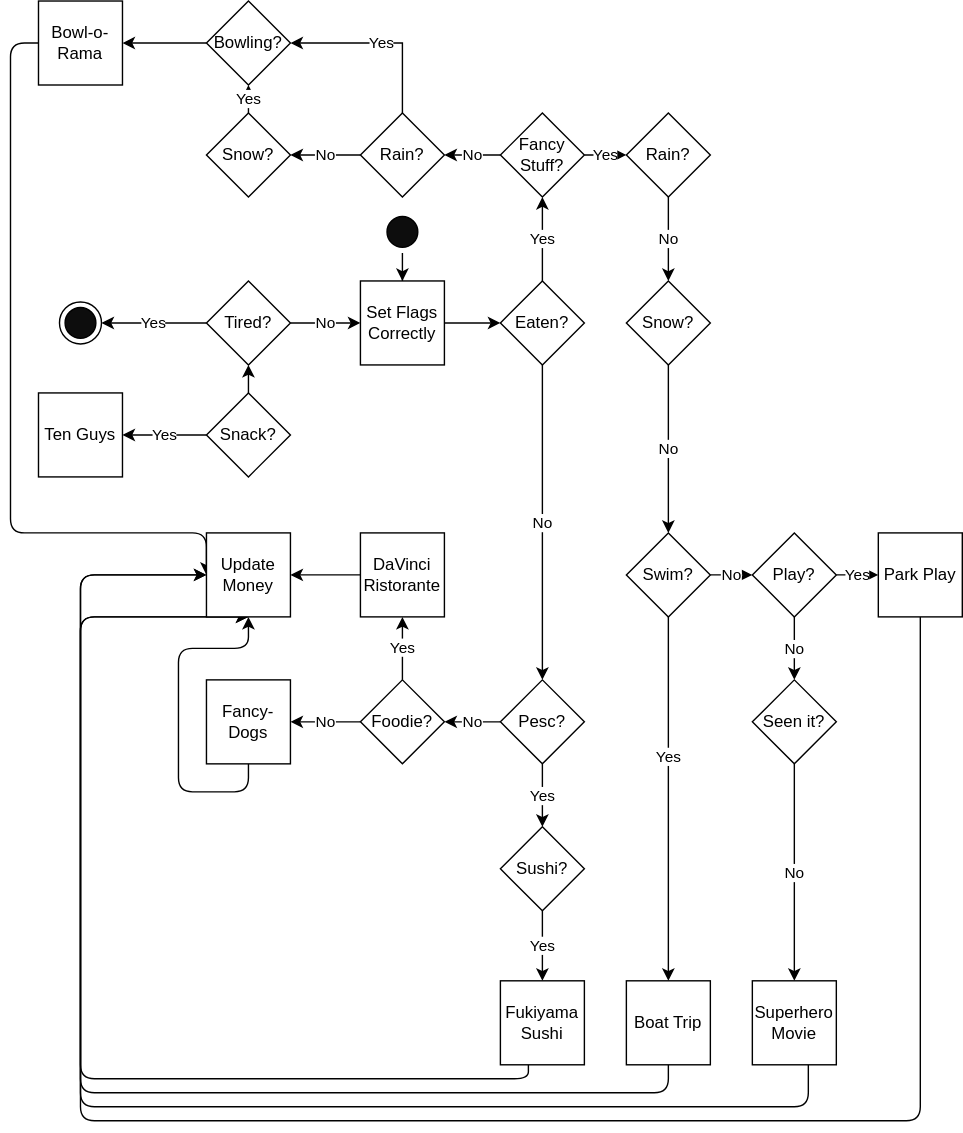
yewscion/yewscion keeps this draw.io diagram as date-night-dilemma.drawio.svg. Above is the earlier version. Source tidied: cells renumbered, new cells last; positions are measured from the earlier drawing's top-left corner, leaving out a move shared by most shapes.
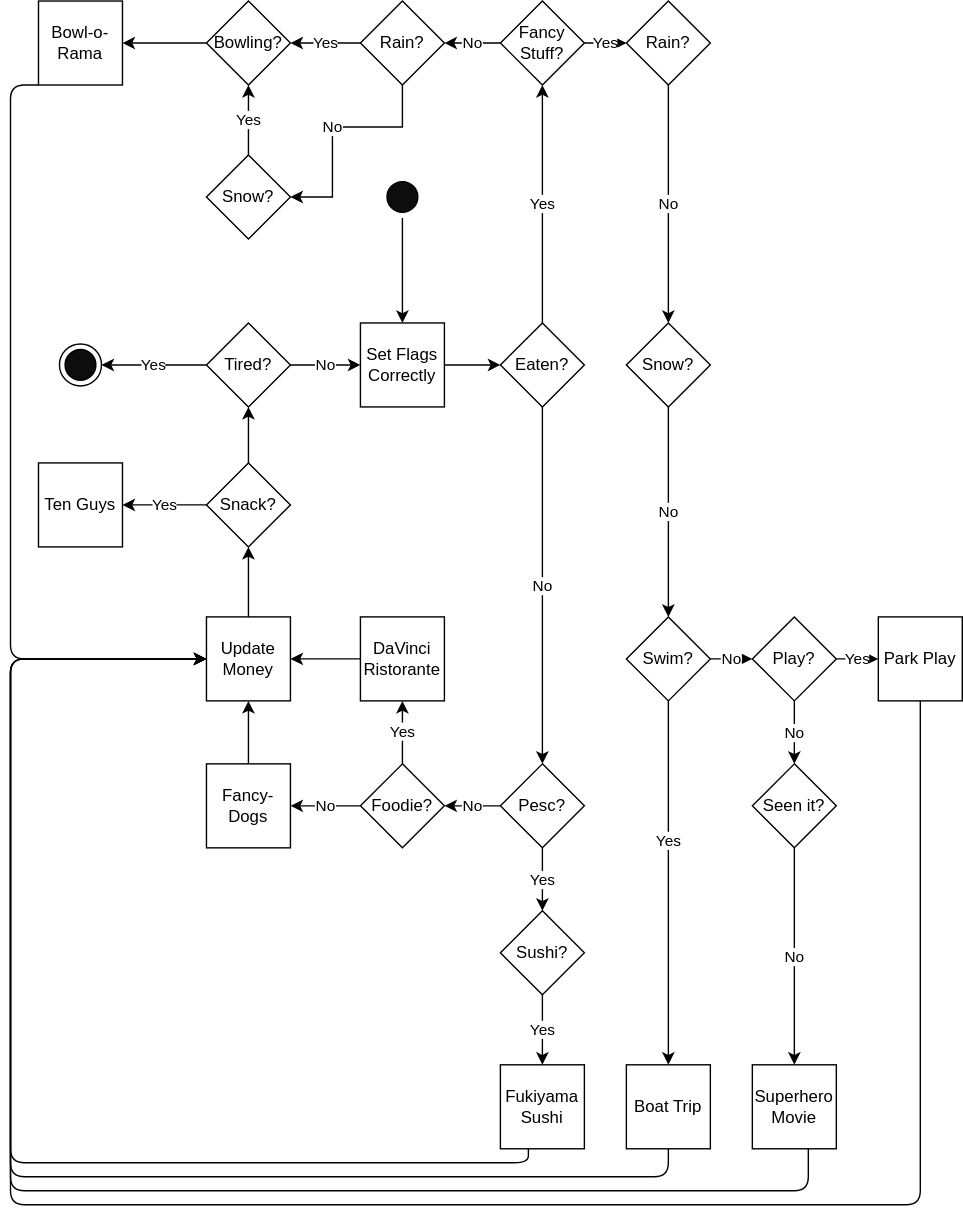
Above is the later version.

The edit, as a diff of the source:
```diff
@@ -6,77 +6,81 @@
       <mxGeometry relative="1" as="geometry" />
     </mxCell>
     <mxCell id="3" style="ellipse;html=1;shape=startState;fillColor=#0D0D0D;rounded=0;" parent="1" vertex="1">
-      <mxGeometry x="265" y="150" width="30" height="30" as="geometry" />
+      <mxGeometry x="425" y="345" width="30" height="30" as="geometry" />
     </mxCell>
     <mxCell id="4" style="edgeStyle=orthogonalEdgeStyle;sketch=0;jettySize=auto;html=1;" parent="1" edge="1" source="5" target="59">
       <mxGeometry relative="1" as="geometry" />
     </mxCell>
     <mxCell id="5" value="&lt;div&gt;DaVinci&lt;/div&gt;&lt;div&gt;Ristorante&lt;br&gt;&lt;/div&gt;" style="rounded=0;whiteSpace=wrap;html=1;" parent="1" vertex="1">
-      <mxGeometry x="250" y="380" width="60" height="60" as="geometry" />
+      <mxGeometry x="410" y="660" width="60" height="60" as="geometry" />
     </mxCell>
     <mxCell id="6" style="edgeStyle=orthogonalEdgeStyle;sketch=0;jettySize=auto;html=1;" parent="1" edge="1" source="7" target="59">
       <mxGeometry relative="1" as="geometry">
         <Array as="points">
-          <mxPoint x="570" y="790" />
-          <mxPoint x="50" y="790" />
+          <mxPoint x="730" y="1070" />
+          <mxPoint x="160" y="1070" />
+          <mxPoint x="160" y="690" />
         </Array>
       </mxGeometry>
     </mxCell>
     <mxCell id="7" value="&lt;div&gt;Superhero&lt;/div&gt;&lt;div&gt;Movie&lt;br&gt;&lt;/div&gt;" style="rounded=0;whiteSpace=wrap;html=1;" parent="1" vertex="1">
-      <mxGeometry x="530" y="700" width="60" height="60" as="geometry" />
+      <mxGeometry x="690" y="980" width="60" height="60" as="geometry" />
     </mxCell>
-    <mxCell id="8" style="edgeStyle=orthogonalEdgeStyle;sketch=0;jettySize=auto;html=1;entryX=0.5;entryY=1;entryDx=0;entryDy=0;exitX=0.5;exitY=1;exitDx=0;exitDy=0;" parent="1" edge="1" source="9" target="59">
+    <mxCell id="8" style="edgeStyle=orthogonalEdgeStyle;sketch=0;jettySize=auto;html=1;entryX=0;entryY=0.5;entryDx=0;entryDy=0;exitX=0.5;exitY=1;exitDx=0;exitDy=0;" parent="1" edge="1" source="9" target="59">
       <mxGeometry relative="1" as="geometry">
         <Array as="points">
-          <mxPoint x="650" y="800" />
-          <mxPoint x="50" y="800" />
+          <mxPoint x="810" y="1080" />
+          <mxPoint x="160" y="1080" />
+          <mxPoint x="160" y="690" />
         </Array>
       </mxGeometry>
     </mxCell>
     <mxCell id="9" value="Park Play" style="rounded=0;whiteSpace=wrap;html=1;" parent="1" vertex="1">
-      <mxGeometry x="620" y="380" width="60" height="60" as="geometry" />
+      <mxGeometry x="780" y="660" width="60" height="60" as="geometry" />
     </mxCell>
     <mxCell id="10" style="edgeStyle=orthogonalEdgeStyle;sketch=0;jettySize=auto;html=1;" parent="1" edge="1" source="11" target="59">
       <mxGeometry relative="1" as="geometry">
         <Array as="points">
-          <mxPoint x="370" y="770" />
-          <mxPoint x="50" y="770" />
+          <mxPoint x="530" y="1050" />
+          <mxPoint x="160" y="1050" />
+          <mxPoint x="160" y="690" />
         </Array>
       </mxGeometry>
     </mxCell>
     <mxCell id="11" value="Fukiyama Sushi" style="rounded=0;whiteSpace=wrap;html=1;" parent="1" vertex="1">
-      <mxGeometry x="350" y="700" width="60" height="60" as="geometry" />
+      <mxGeometry x="510" y="980" width="60" height="60" as="geometry" />
     </mxCell>
-    <mxCell id="12" style="edgeStyle=orthogonalEdgeStyle;sketch=0;jettySize=auto;html=1;exitX=0.5;exitY=1;exitDx=0;exitDy=0;entryX=0.5;entryY=1;entryDx=0;entryDy=0;" parent="1" edge="1" source="13" target="59">
+    <mxCell id="12" style="edgeStyle=orthogonalEdgeStyle;sketch=0;jettySize=auto;html=1;exitX=0.5;exitY=1;exitDx=0;exitDy=0;entryX=0;entryY=0.5;entryDx=0;entryDy=0;" parent="1" edge="1" source="13" target="59">
       <mxGeometry relative="1" as="geometry">
         <Array as="points">
-          <mxPoint x="470" y="780" />
-          <mxPoint x="50" y="780" />
+          <mxPoint x="630" y="1060" />
+          <mxPoint x="160" y="1060" />
+          <mxPoint x="160" y="690" />
         </Array>
       </mxGeometry>
     </mxCell>
     <mxCell id="13" value="Boat Trip" style="rounded=0;whiteSpace=wrap;html=1;" parent="1" vertex="1">
-      <mxGeometry x="440" y="700" width="60" height="60" as="geometry" />
+      <mxGeometry x="600" y="980" width="60" height="60" as="geometry" />
     </mxCell>
     <mxCell id="14" style="edgeStyle=orthogonalEdgeStyle;sketch=0;jettySize=auto;html=1;entryX=0;entryY=0.5;entryDx=0;entryDy=0;" parent="1" edge="1" source="15" target="59">
       <mxGeometry relative="1" as="geometry">
         <Array as="points">
-          <mxPoint y="30" />
-          <mxPoint y="380" />
+          <mxPoint x="160" y="280" />
+          <mxPoint x="160" y="690" />
         </Array>
       </mxGeometry>
     </mxCell>
     <mxCell id="15" value="Bowl-o-Rama" style="rounded=0;whiteSpace=wrap;html=1;" parent="1" vertex="1">
-      <mxGeometry x="20" width="60" height="60" as="geometry" />
+      <mxGeometry x="180" y="220" width="60" height="60" as="geometry" />
     </mxCell>
-    <mxCell id="16" style="edgeStyle=orthogonalEdgeStyle;sketch=0;jettySize=auto;html=1;exitX=0.5;exitY=1;exitDx=0;exitDy=0;" parent="1" edge="1" source="17" target="59">
+    <mxCell id="16" style="edgeStyle=orthogonalEdgeStyle;sketch=0;jettySize=auto;html=1;exitX=0.5;exitY=0;exitDx=0;exitDy=0;" parent="1" edge="1" source="17" target="59">
       <mxGeometry relative="1" as="geometry" />
     </mxCell>
     <mxCell id="17" value="Fancy-Dogs" style="rounded=0;whiteSpace=wrap;html=1;" parent="1" vertex="1">
-      <mxGeometry x="140" y="485" width="60" height="60" as="geometry" />
+      <mxGeometry x="300" y="765" width="60" height="60" as="geometry" />
     </mxCell>
     <mxCell id="18" value="Ten Guys" style="rounded=0;whiteSpace=wrap;html=1;" parent="1" vertex="1">
-      <mxGeometry x="20" y="280" width="60" height="60" as="geometry" />
+      <mxGeometry x="180" y="550" width="60" height="60" as="geometry" />
     </mxCell>
     <mxCell id="19" value="No" style="edgeStyle=orthogonalEdgeStyle;rounded=0;sketch=0;jettySize=auto;html=1;" parent="1" edge="1" source="21" target="44">
       <mxGeometry relative="1" as="geometry" />
@@ -85,7 +89,7 @@
       <mxGeometry relative="1" as="geometry" />
     </mxCell>
     <mxCell id="21" value="&lt;div&gt;Tired?&lt;br&gt;&lt;/div&gt;" style="rhombus;whiteSpace=wrap;html=1;rounded=0;" parent="1" vertex="1">
-      <mxGeometry x="140" y="200" width="60" height="60" as="geometry" />
+      <mxGeometry x="300" y="450" width="60" height="60" as="geometry" />
     </mxCell>
     <mxCell id="22" value="No" style="edgeStyle=orthogonalEdgeStyle;rounded=0;sketch=0;jettySize=auto;html=1;" parent="1" edge="1" source="24" target="36">
       <mxGeometry relative="1" as="geometry" />
@@ -94,13 +98,13 @@
       <mxGeometry relative="1" as="geometry" />
     </mxCell>
     <mxCell id="24" value="Pesc?" style="rhombus;whiteSpace=wrap;html=1;rounded=0;" parent="1" vertex="1">
-      <mxGeometry x="350" y="485" width="60" height="60" as="geometry" />
+      <mxGeometry x="510" y="765" width="60" height="60" as="geometry" />
     </mxCell>
     <mxCell id="25" value="Yes" style="edgeStyle=orthogonalEdgeStyle;rounded=0;sketch=0;jettySize=auto;html=1;" parent="1" edge="1" source="26" target="11">
       <mxGeometry relative="1" as="geometry" />
     </mxCell>
     <mxCell id="26" value="Sushi?" style="rhombus;whiteSpace=wrap;html=1;rounded=0;" parent="1" vertex="1">
-      <mxGeometry x="350" y="590" width="60" height="60" as="geometry" />
+      <mxGeometry x="510" y="870" width="60" height="60" as="geometry" />
     </mxCell>
     <mxCell id="27" value="No" style="edgeStyle=orthogonalEdgeStyle;rounded=0;sketch=0;jettySize=auto;html=1;exitX=0.5;exitY=1;exitDx=0;exitDy=0;" parent="1" edge="1" source="29" target="24">
       <mxGeometry relative="1" as="geometry" />
@@ -109,7 +113,7 @@
       <mxGeometry relative="1" as="geometry" />
     </mxCell>
     <mxCell id="29" value="Eaten?" style="rhombus;whiteSpace=wrap;html=1;rounded=0;" parent="1" vertex="1">
-      <mxGeometry x="350" y="200" width="60" height="60" as="geometry" />
+      <mxGeometry x="510" y="450" width="60" height="60" as="geometry" />
     </mxCell>
     <mxCell id="30" value="No" style="edgeStyle=orthogonalEdgeStyle;rounded=0;sketch=0;jettySize=auto;html=1;" parent="1" edge="1" source="58" target="7">
       <mxGeometry relative="1" as="geometry" />
@@ -118,7 +122,7 @@
       <mxGeometry relative="1" as="geometry" />
     </mxCell>
     <mxCell id="32" value="Bowling?" style="rhombus;whiteSpace=wrap;html=1;rounded=0;" parent="1" vertex="1">
-      <mxGeometry x="140" width="60" height="60" as="geometry" />
+      <mxGeometry x="300" y="220" width="60" height="60" as="geometry" />
     </mxCell>
     <mxCell id="33" value="Yes" style="edgeStyle=orthogonalEdgeStyle;rounded=0;sketch=0;jettySize=auto;html=1;" parent="1" edge="1" source="61" target="18">
       <mxGeometry relative="1" as="geometry" />
@@ -130,7 +134,7 @@
       <mxGeometry relative="1" as="geometry" />
     </mxCell>
     <mxCell id="36" value="Foodie?" style="rhombus;whiteSpace=wrap;html=1;rounded=0;" parent="1" vertex="1">
-      <mxGeometry x="250" y="485" width="60" height="60" as="geometry" />
+      <mxGeometry x="410" y="765" width="60" height="60" as="geometry" />
     </mxCell>
     <mxCell id="37" value="Yes" style="edgeStyle=orthogonalEdgeStyle;rounded=0;sketch=0;jettySize=auto;html=1;" parent="1" edge="1" source="39" target="9">
       <mxGeometry relative="1" as="geometry" />
@@ -139,27 +143,27 @@
       <mxGeometry relative="1" as="geometry" />
     </mxCell>
     <mxCell id="39" value="Play?" style="rhombus;whiteSpace=wrap;html=1;rounded=0;" parent="1" vertex="1">
-      <mxGeometry x="530" y="380" width="60" height="60" as="geometry" />
+      <mxGeometry x="690" y="660" width="60" height="60" as="geometry" />
     </mxCell>
     <mxCell id="40" value="Yes" style="edgeStyle=orthogonalEdgeStyle;rounded=0;sketch=0;jettySize=auto;html=1;" parent="1" edge="1" target="13">
       <mxGeometry relative="1" as="geometry">
-        <mxPoint x="470" y="380" as="sourcePoint" />
+        <mxPoint x="630" y="660" as="sourcePoint" />
       </mxGeometry>
     </mxCell>
     <mxCell id="41" value="&lt;div&gt;No&lt;/div&gt;" style="edgeStyle=orthogonalEdgeStyle;rounded=0;sketch=0;jettySize=auto;html=1;exitX=1;exitY=0.5;exitDx=0;exitDy=0;entryX=0;entryY=0.5;entryDx=0;entryDy=0;" parent="1" edge="1" source="42" target="39">
       <mxGeometry relative="1" as="geometry" />
     </mxCell>
     <mxCell id="42" value="Swim?" style="rhombus;whiteSpace=wrap;html=1;rounded=0;" parent="1" vertex="1">
-      <mxGeometry x="440" y="380" width="60" height="60" as="geometry" />
+      <mxGeometry x="600" y="660" width="60" height="60" as="geometry" />
     </mxCell>
     <mxCell id="43" style="edgeStyle=orthogonalEdgeStyle;sketch=0;jettySize=auto;html=1;entryX=0;entryY=0.5;entryDx=0;entryDy=0;" parent="1" edge="1" source="44" target="29">
       <mxGeometry relative="1" as="geometry" />
     </mxCell>
     <mxCell id="44" value="Set Flags Correctly" style="rounded=0;whiteSpace=wrap;html=1;" parent="1" vertex="1">
-      <mxGeometry x="250" y="200" width="60" height="60" as="geometry" />
+      <mxGeometry x="410" y="450" width="60" height="60" as="geometry" />
     </mxCell>
     <mxCell id="45" style="ellipse;html=1;shape=endState;fillColor=#0D0D0D;rounded=0;" parent="1" vertex="1">
-      <mxGeometry x="35" y="215" width="30" height="30" as="geometry" />
+      <mxGeometry x="195" y="465" width="30" height="30" as="geometry" />
     </mxCell>
     <mxCell id="46" value="No" style="edgeStyle=orthogonalEdgeStyle;sketch=0;jettySize=auto;html=1;entryX=1;entryY=0.5;entryDx=0;entryDy=0;" parent="1" edge="1" source="48" target="53">
       <mxGeometry relative="1" as="geometry" />
@@ -168,46 +172,54 @@
       <mxGeometry relative="1" as="geometry" />
     </mxCell>
     <mxCell id="48" value="&lt;div&gt;Fancy&lt;/div&gt;&lt;div&gt;Stuff?&lt;/div&gt;" style="rhombus;whiteSpace=wrap;html=1;rounded=0;" parent="1" vertex="1">
-      <mxGeometry x="350" y="80" width="60" height="60" as="geometry" />
+      <mxGeometry x="510" y="220" width="60" height="60" as="geometry" />
     </mxCell>
     <mxCell id="49" value="Yes" style="edgeStyle=orthogonalEdgeStyle;rounded=0;sketch=0;jettySize=auto;html=1;entryX=0.5;entryY=1;entryDx=0;entryDy=0;exitX=0.5;exitY=0;exitDx=0;exitDy=0;" parent="1" edge="1" source="50" target="32">
       <mxGeometry relative="1" as="geometry" />
     </mxCell>
     <mxCell id="50" value="Snow?" style="rhombus;whiteSpace=wrap;html=1;rounded=0;" parent="1" vertex="1">
-      <mxGeometry x="140" y="80" width="60" height="60" as="geometry" />
+      <mxGeometry x="300" y="330" width="60" height="60" as="geometry" />
     </mxCell>
-    <mxCell id="51" value="No" style="edgeStyle=orthogonalEdgeStyle;rounded=0;sketch=0;jettySize=auto;html=1;entryX=1;entryY=0.5;entryDx=0;entryDy=0;" parent="1" edge="1" source="53" target="50">
-      <mxGeometry relative="1" as="geometry" />
+    <mxCell id="51" value="No" style="edgeStyle=orthogonalEdgeStyle;rounded=0;sketch=0;jettySize=auto;html=1;entryX=1;entryY=0.5;entryDx=0;entryDy=0;exitX=0.5;exitY=1;exitDx=0;exitDy=0;" parent="1" edge="1" source="53" target="50">
+      <mxGeometry relative="1" as="geometry">
+        <Array as="points">
+          <mxPoint x="390" y="310" />
+          <mxPoint x="390" y="360" />
+        </Array>
+      </mxGeometry>
     </mxCell>
-    <mxCell id="52" value="Yes" style="edgeStyle=orthogonalEdgeStyle;rounded=0;sketch=0;jettySize=auto;html=1;entryX=1;entryY=0.5;entryDx=0;entryDy=0;exitX=0.5;exitY=0;exitDx=0;exitDy=0;" parent="1" edge="1" source="53" target="32">
+    <mxCell id="52" value="Yes" style="edgeStyle=orthogonalEdgeStyle;rounded=0;sketch=0;jettySize=auto;html=1;entryX=1;entryY=0.5;entryDx=0;entryDy=0;exitX=0;exitY=0.5;exitDx=0;exitDy=0;" parent="1" edge="1" source="53" target="32">
       <mxGeometry relative="1" as="geometry" />
     </mxCell>
     <mxCell id="53" value="Rain?" style="rhombus;whiteSpace=wrap;html=1;rounded=0;" parent="1" vertex="1">
-      <mxGeometry x="250" y="80" width="60" height="60" as="geometry" />
+      <mxGeometry x="410" y="220" width="60" height="60" as="geometry" />
     </mxCell>
     <mxCell id="54" value="No" style="edgeStyle=orthogonalEdgeStyle;rounded=0;sketch=0;jettySize=auto;html=1;" parent="1" edge="1" source="55" target="42">
       <mxGeometry relative="1" as="geometry" />
     </mxCell>
     <mxCell id="55" value="Snow?" style="rhombus;whiteSpace=wrap;html=1;rounded=0;" parent="1" vertex="1">
-      <mxGeometry x="440" y="200" width="60" height="60" as="geometry" />
+      <mxGeometry x="600" y="450" width="60" height="60" as="geometry" />
     </mxCell>
     <mxCell id="56" value="No" style="edgeStyle=orthogonalEdgeStyle;sketch=0;jettySize=auto;html=1;" parent="1" edge="1" source="57" target="55">
       <mxGeometry relative="1" as="geometry" />
     </mxCell>
     <mxCell id="57" value="Rain?" style="rhombus;whiteSpace=wrap;html=1;rounded=0;" parent="1" vertex="1">
-      <mxGeometry x="440" y="80" width="60" height="60" as="geometry" />
+      <mxGeometry x="600" y="220" width="60" height="60" as="geometry" />
     </mxCell>
     <mxCell id="58" value="Seen it?" style="rhombus;whiteSpace=wrap;html=1;rounded=0;" parent="1" vertex="1">
-      <mxGeometry x="530" y="485" width="60" height="60" as="geometry" />
+      <mxGeometry x="690" y="765" width="60" height="60" as="geometry" />
     </mxCell>
+    <mxCell id="62" style="edgeStyle=orthogonalEdgeStyle;sketch=0;jettySize=auto;html=1;" parent="1" edge="1" source="59" target="61">
+      <mxGeometry relative="1" as="geometry" />
+    </mxCell>
     <mxCell id="59" value="Update Money" style="rounded=0;whiteSpace=wrap;html=1;" parent="1" vertex="1">
-      <mxGeometry x="140" y="380" width="60" height="60" as="geometry" />
+      <mxGeometry x="300" y="660" width="60" height="60" as="geometry" />
     </mxCell>
     <mxCell id="60" style="edgeStyle=orthogonalEdgeStyle;sketch=0;jettySize=auto;html=1;" parent="1" edge="1" source="61" target="21">
       <mxGeometry relative="1" as="geometry" />
     </mxCell>
     <mxCell id="61" value="Snack?" style="rhombus;whiteSpace=wrap;html=1;rounded=0;" parent="1" vertex="1">
-      <mxGeometry x="140" y="280" width="60" height="60" as="geometry" />
+      <mxGeometry x="300" y="550" width="60" height="60" as="geometry" />
     </mxCell>
   </root>
 </mxGraphModel>
```
